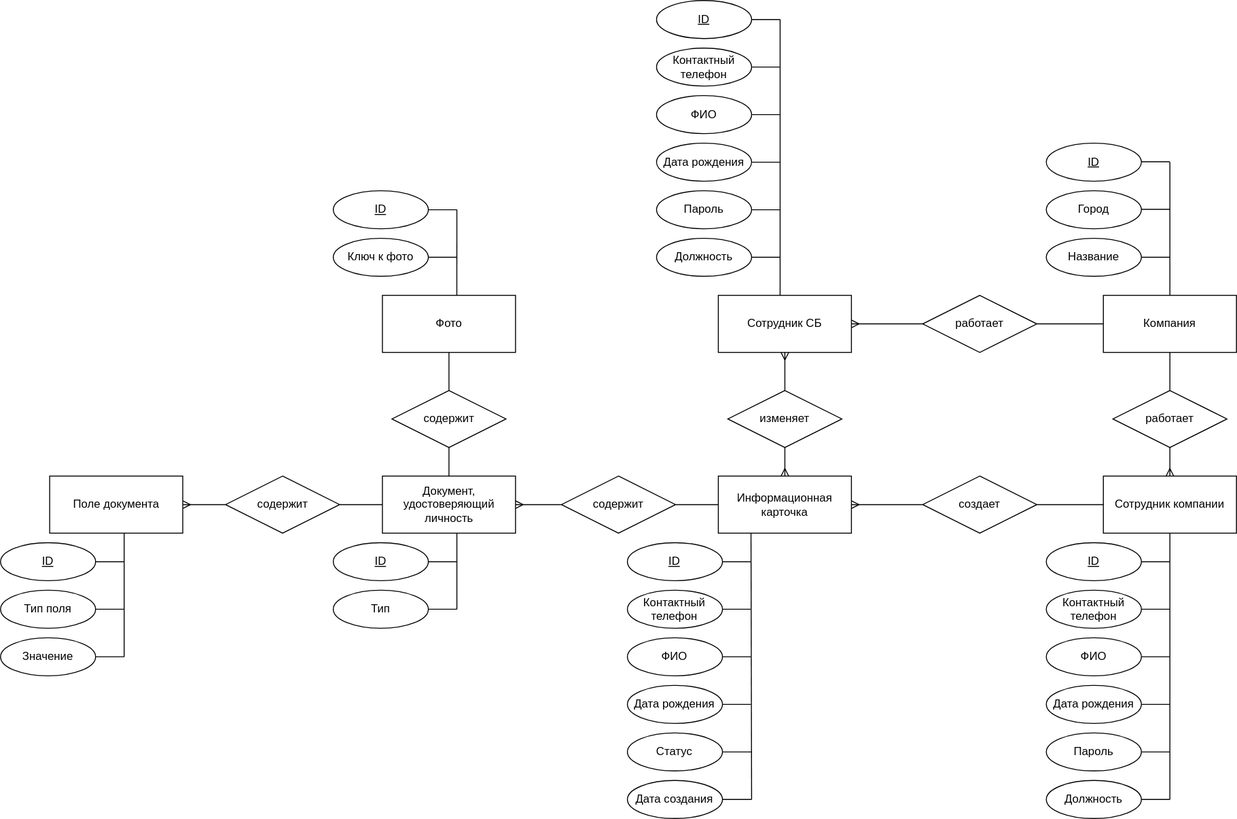
Earlier version of the draw.io export diagrams/ER.svg (pstpn/PPO). Source tidied: cells renumbered, new cells last; positions are measured from the earlier drawing's top-left corner, leaving out a move shared by most shapes.
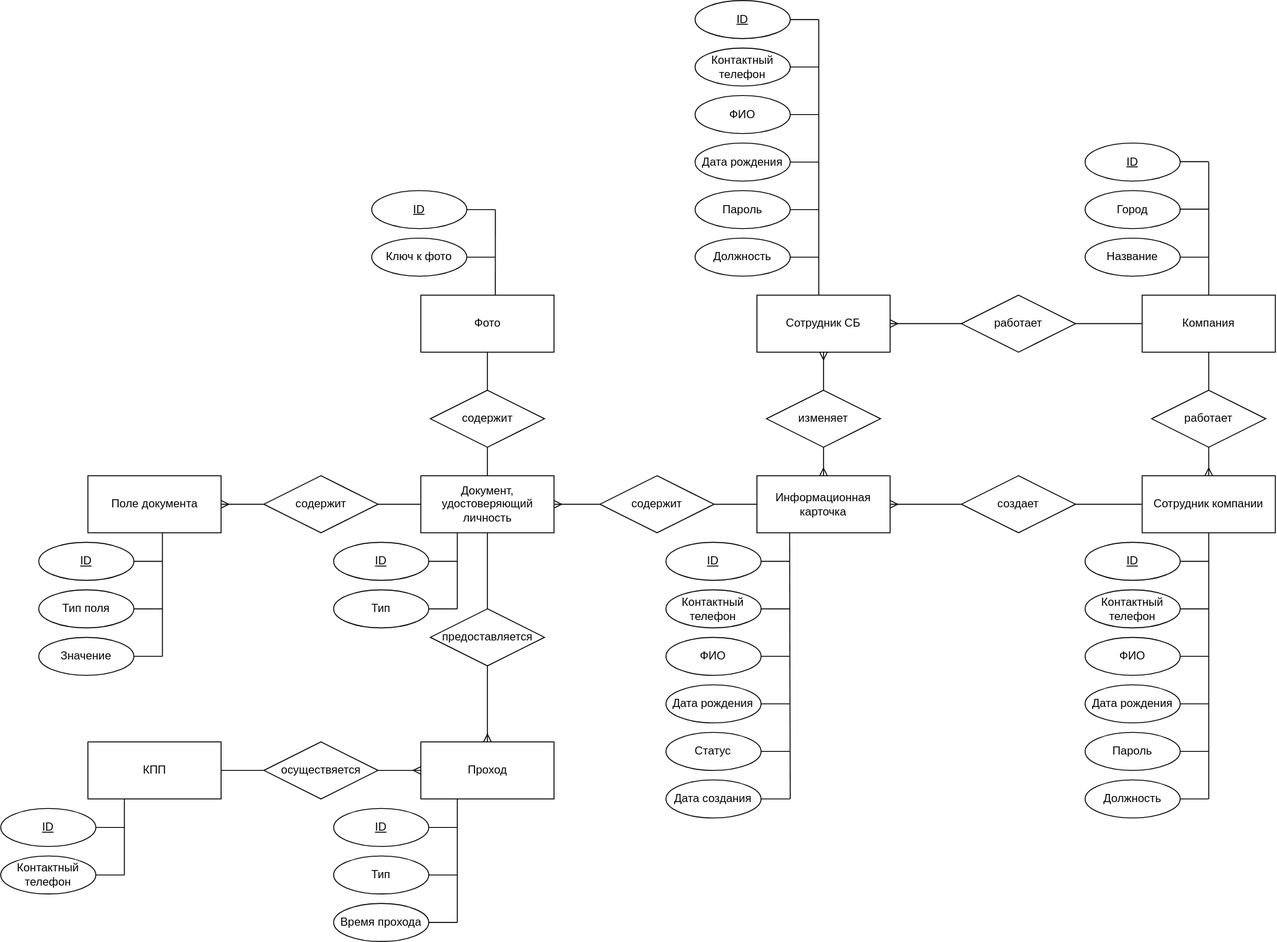
Above is the later version.

Change to the diagram source:
```diff
@@ -40,7 +40,7 @@
     <mxCell id="13" value="работает" style="shape=rhombus;perimeter=rhombusPerimeter;whiteSpace=wrap;html=1;align=center;" parent="1" vertex="1">
       <mxGeometry x="1170" y="410" width="120" height="60" as="geometry" />
     </mxCell>
-    <mxCell id="14" style="endArrow=none;html=1;rounded=0;" parent="1" edge="1" source="13" target="10">
+    <mxCell id="14" style="endArrow=none;html=1;rounded=0;endFill=0;" parent="1" edge="1" source="13" target="10">
       <mxGeometry relative="1" as="geometry" />
     </mxCell>
     <mxCell id="15" value="Дата рождения" style="ellipse;whiteSpace=wrap;html=1;align=center;" parent="1" vertex="1">
@@ -233,25 +233,25 @@
       <mxGeometry x="401.7" y="500" width="140" height="60" as="geometry" />
     </mxCell>
     <mxCell id="61" value="ID" style="ellipse;whiteSpace=wrap;html=1;align=center;fontStyle=4;" parent="1" vertex="1">
-      <mxGeometry x="350" y="570" width="100" height="40" as="geometry" />
+      <mxGeometry x="310" y="570" width="100" height="40" as="geometry" />
     </mxCell>
     <mxCell id="62" value="Тип" style="ellipse;whiteSpace=wrap;html=1;align=center;" parent="1" vertex="1">
-      <mxGeometry x="350" y="620" width="100" height="40" as="geometry" />
+      <mxGeometry x="310" y="620" width="100" height="40" as="geometry" />
     </mxCell>
     <mxCell id="63" style="endArrow=none;html=1;rounded=0;" parent="1" edge="1" source="61">
       <mxGeometry relative="1" as="geometry">
-        <mxPoint x="480" y="590" as="targetPoint" />
+        <mxPoint x="440" y="590" as="targetPoint" />
       </mxGeometry>
     </mxCell>
     <mxCell id="64" style="endArrow=none;html=1;rounded=0;" parent="1" edge="1" source="62">
       <mxGeometry relative="1" as="geometry">
-        <mxPoint x="480" y="640" as="targetPoint" />
+        <mxPoint x="440" y="640" as="targetPoint" />
       </mxGeometry>
     </mxCell>
     <mxCell id="65" style="endArrow=none;html=1;rounded=0;" parent="1" edge="1">
       <mxGeometry relative="1" as="geometry">
-        <mxPoint x="480" y="640" as="sourcePoint" />
-        <mxPoint x="480" y="560" as="targetPoint" />
+        <mxPoint x="440" y="640" as="sourcePoint" />
+        <mxPoint x="440" y="560" as="targetPoint" />
       </mxGeometry>
     </mxCell>
     <mxCell id="66" style="fontSize=12;html=1;endArrow=ERmany;rounded=0;" parent="1" edge="1" source="68" target="60">
@@ -354,5 +354,83 @@
         <mxPoint x="480" y="220" as="targetPoint" />
       </mxGeometry>
     </mxCell>
+    <mxCell id="93" style="fontSize=12;html=1;endArrow=ERmany;rounded=0;endFill=0;" parent="1" edge="1" source="94">
+      <mxGeometry relative="1" as="geometry">
+        <mxPoint x="471.7" y="780" as="targetPoint" />
+      </mxGeometry>
+    </mxCell>
+    <mxCell id="94" value="предоставляется" style="shape=rhombus;perimeter=rhombusPerimeter;whiteSpace=wrap;html=1;align=center;" parent="1" vertex="1">
+      <mxGeometry x="411.7" y="640" width="120" height="60" as="geometry" />
+    </mxCell>
+    <mxCell id="95" style="fontSize=12;html=1;endArrow=none;rounded=0;endFill=0;" parent="1" edge="1" source="94" target="60">
+      <mxGeometry relative="1" as="geometry" />
+    </mxCell>
+    <mxCell id="96" value="Проход" style="shape=ext;margin=3;double=0;whiteSpace=wrap;html=1;align=center;" parent="1" vertex="1">
+      <mxGeometry x="401.7" y="780" width="140" height="60" as="geometry" />
+    </mxCell>
+    <mxCell id="97" value="ID" style="ellipse;whiteSpace=wrap;html=1;align=center;fontStyle=4;" parent="1" vertex="1">
+      <mxGeometry x="310" y="850" width="100" height="40" as="geometry" />
+    </mxCell>
+    <mxCell id="98" value="Тип" style="ellipse;whiteSpace=wrap;html=1;align=center;" parent="1" vertex="1">
+      <mxGeometry x="310" y="900" width="100" height="40" as="geometry" />
+    </mxCell>
+    <mxCell id="99" style="endArrow=none;html=1;rounded=0;" parent="1" edge="1" source="97">
+      <mxGeometry relative="1" as="geometry">
+        <mxPoint x="440" y="870" as="targetPoint" />
+      </mxGeometry>
+    </mxCell>
+    <mxCell id="100" style="endArrow=none;html=1;rounded=0;" parent="1" edge="1" source="98">
+      <mxGeometry relative="1" as="geometry">
+        <mxPoint x="440" y="920" as="targetPoint" />
+      </mxGeometry>
+    </mxCell>
+    <mxCell id="101" style="endArrow=none;html=1;rounded=0;" parent="1" edge="1">
+      <mxGeometry relative="1" as="geometry">
+        <mxPoint x="440" y="970" as="sourcePoint" />
+        <mxPoint x="440" y="840" as="targetPoint" />
+      </mxGeometry>
+    </mxCell>
+    <mxCell id="102" value="Время прохода" style="ellipse;whiteSpace=wrap;html=1;align=center;" parent="1" vertex="1">
+      <mxGeometry x="310" y="950" width="100" height="40" as="geometry" />
+    </mxCell>
+    <mxCell id="103" style="endArrow=none;html=1;rounded=0;" parent="1" edge="1" source="102">
+      <mxGeometry relative="1" as="geometry">
+        <mxPoint x="440" y="970" as="targetPoint" />
+      </mxGeometry>
+    </mxCell>
+    <mxCell id="104" value="КПП" style="shape=ext;margin=3;double=0;whiteSpace=wrap;html=1;align=center;" parent="1" vertex="1">
+      <mxGeometry x="51.7" y="780" width="140" height="60" as="geometry" />
+    </mxCell>
+    <mxCell id="105" value="ID" style="ellipse;whiteSpace=wrap;html=1;align=center;fontStyle=4;" parent="1" vertex="1">
+      <mxGeometry x="-40" y="850" width="100" height="40" as="geometry" />
+    </mxCell>
+    <mxCell id="106" value="Контактный телефон" style="ellipse;whiteSpace=wrap;html=1;align=center;" parent="1" vertex="1">
+      <mxGeometry x="-40" y="900" width="100" height="40" as="geometry" />
+    </mxCell>
+    <mxCell id="107" style="endArrow=none;html=1;rounded=0;" parent="1" edge="1" source="105">
+      <mxGeometry relative="1" as="geometry">
+        <mxPoint x="90" y="870" as="targetPoint" />
+      </mxGeometry>
+    </mxCell>
+    <mxCell id="108" style="endArrow=none;html=1;rounded=0;" parent="1" edge="1" source="106">
+      <mxGeometry relative="1" as="geometry">
+        <mxPoint x="90" y="920" as="targetPoint" />
+      </mxGeometry>
+    </mxCell>
+    <mxCell id="109" style="endArrow=none;html=1;rounded=0;" parent="1" edge="1">
+      <mxGeometry relative="1" as="geometry">
+        <mxPoint x="90" y="920" as="sourcePoint" />
+        <mxPoint x="90" y="840" as="targetPoint" />
+      </mxGeometry>
+    </mxCell>
+    <mxCell id="110" style="fontSize=12;html=1;endArrow=ERmany;rounded=0;endFill=0;" parent="1" edge="1" source="111" target="96">
+      <mxGeometry relative="1" as="geometry" />
+    </mxCell>
+    <mxCell id="111" value="осуществяется" style="shape=rhombus;perimeter=rhombusPerimeter;whiteSpace=wrap;html=1;align=center;" parent="1" vertex="1">
+      <mxGeometry x="236.7" y="780" width="120" height="60" as="geometry" />
+    </mxCell>
+    <mxCell id="112" style="fontSize=12;html=1;endArrow=none;rounded=0;endFill=0;" parent="1" edge="1" source="111" target="104">
+      <mxGeometry relative="1" as="geometry" />
+    </mxCell>
   </root>
 </mxGraphModel>
```
